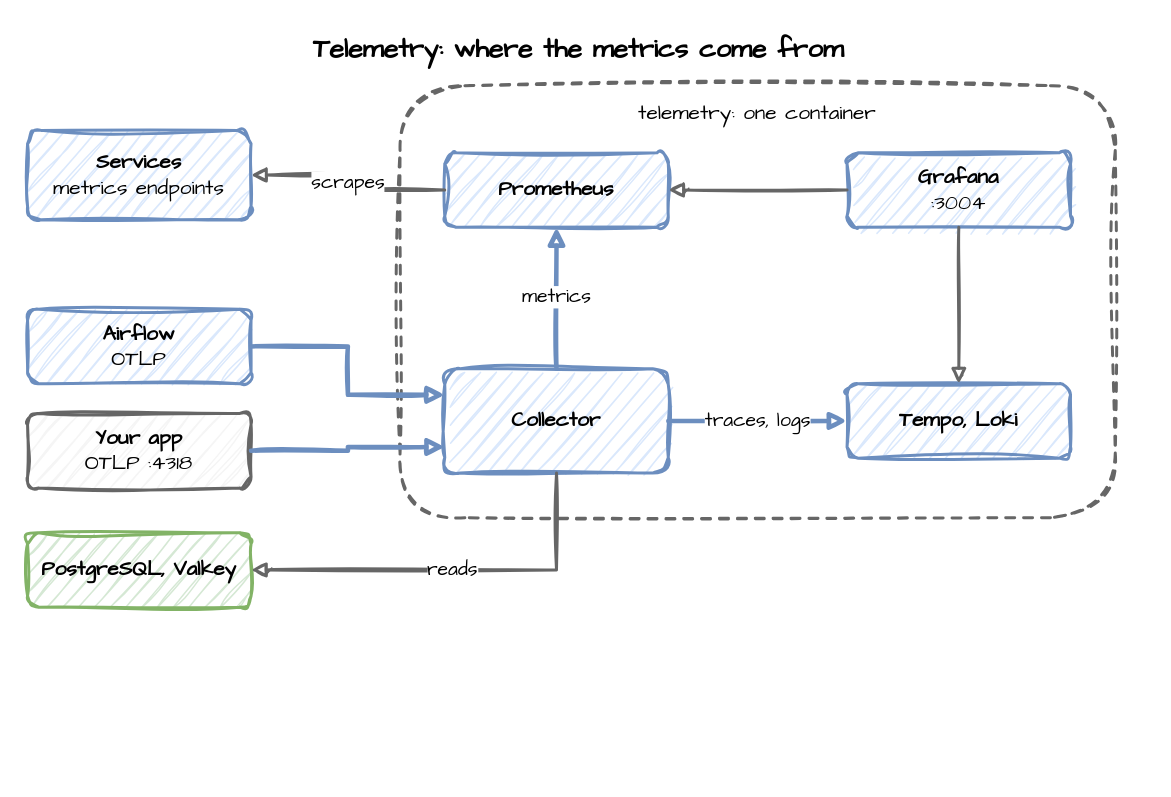
jaehyeon-kim/odctl keeps this draw.io diagram as docs/images/path-telemetry.drawio. Above is the earlier version. Source tidied: cells renumbered, new cells numbered last; positions are measured from the earlier drawing's top-left corner, leaving out a move shared by most shapes. Both pictures are drawn from the tidied source at 149%, with x=0, y=0 at pixel (27, 25).
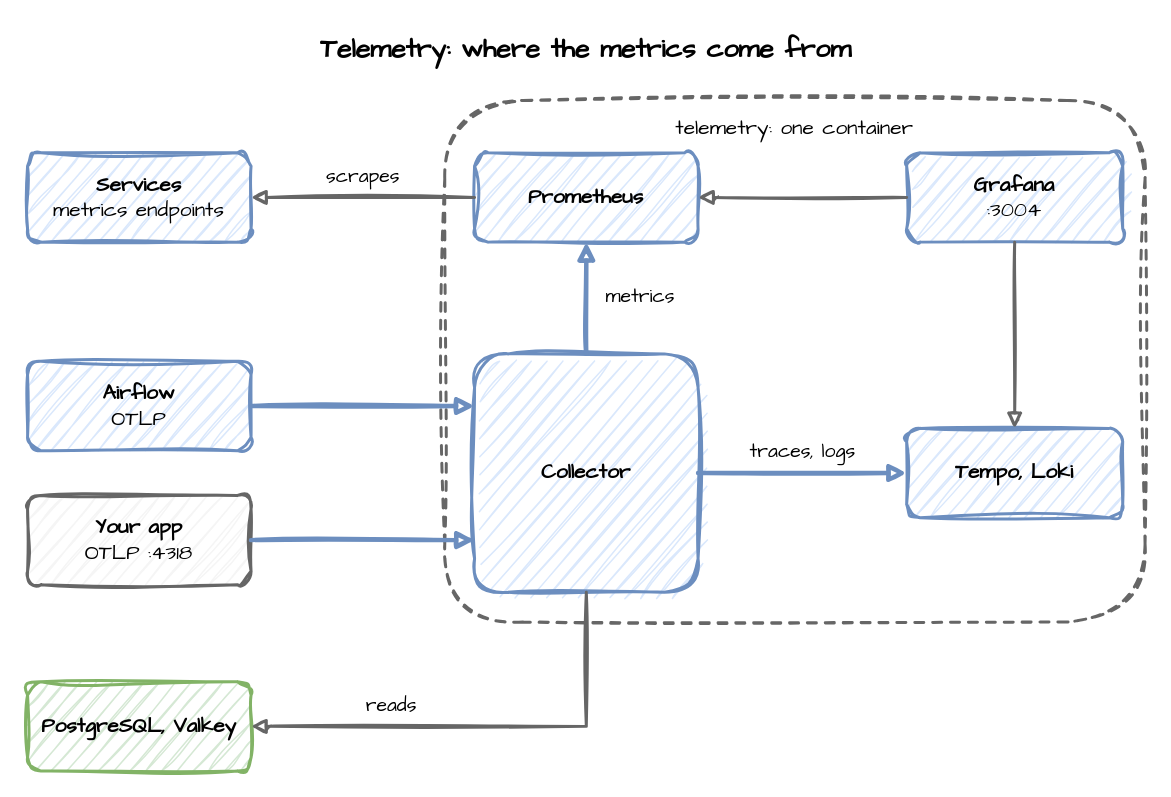
After the change.

The edit, as a diff of the source:
```diff
@@
     <mxCell id="2" value="Telemetry: where the metrics come from" style="text;html=1;align=center;verticalAlign=middle;whiteSpace=wrap;fontFamily=Comic Sans MS;fontSize=18;fontStyle=1;" parent="1" vertex="1">
-      <mxGeometry width="740" height="30" as="geometry" />
+      <mxGeometry width="750" height="30" as="geometry" />
     </mxCell>
     <mxCell id="3" value="&lt;b&gt;Services&lt;/b&gt;&lt;br&gt;metrics endpoints" style="rounded=1;whiteSpace=wrap;html=1;sketch=1;curveFitting=1;jiggle=2;fontFamily=Comic Sans MS;fontSize=14;strokeWidth=2;fillColor=#dae8fc;strokeColor=#6c8ebf;" parent="1" vertex="1">
-      <mxGeometry y="70" width="150" height="60" as="geometry" />
+      <mxGeometry y="85" width="150" height="60" as="geometry" />
     </mxCell>
     <mxCell id="4" value="&lt;b&gt;Airflow&lt;/b&gt;&lt;br&gt;OTLP" style="rounded=1;whiteSpace=wrap;html=1;sketch=1;curveFitting=1;jiggle=2;fontFamily=Comic Sans MS;fontSize=14;strokeWidth=2;fillColor=#dae8fc;strokeColor=#6c8ebf;" parent="1" vertex="1">
-      <mxGeometry y="190" width="150" height="50" as="geometry" />
+      <mxGeometry y="225" width="150" height="60" as="geometry" />
     </mxCell>
     <mxCell id="5" value="&lt;b&gt;Your app&lt;/b&gt;&lt;br&gt;OTLP :4318" style="rounded=1;whiteSpace=wrap;html=1;sketch=1;curveFitting=1;jiggle=2;fontFamily=Comic Sans MS;fontSize=14;strokeWidth=2;fillColor=#f5f5f5;strokeColor=#666666;" parent="1" vertex="1">
-      <mxGeometry y="260" width="150" height="50" as="geometry" />
+      <mxGeometry y="315" width="150" height="60" as="geometry" />
     </mxCell>
     <mxCell id="6" value="&lt;b&gt;PostgreSQL, Valkey&lt;/b&gt;" style="rounded=1;whiteSpace=wrap;html=1;sketch=1;curveFitting=1;jiggle=2;fontFamily=Comic Sans MS;fontSize=14;strokeWidth=2;fillColor=#d5e8d4;strokeColor=#82b366;" parent="1" vertex="1">
-      <mxGeometry y="340" width="150" height="50" as="geometry" />
+      <mxGeometry y="440" width="150" height="60" as="geometry" />
     </mxCell>
     <mxCell id="7" value="telemetry: one container" style="rounded=1;whiteSpace=wrap;html=1;sketch=1;curveFitting=1;jiggle=2;fontFamily=Comic Sans MS;fontSize=14;fillColor=none;strokeColor=#666666;strokeWidth=2;dashed=1;verticalAlign=top;align=center;spacingTop=4;" parent="1" vertex="1">
-      <mxGeometry x="250" y="40" width="480" height="290" as="geometry" />
+      <mxGeometry x="280" y="50" width="470" height="350" as="geometry" />
     </mxCell>
     <mxCell id="8" value="&lt;b&gt;Prometheus&lt;/b&gt;" style="rounded=1;whiteSpace=wrap;html=1;sketch=1;curveFitting=1;jiggle=2;fontFamily=Comic Sans MS;fontSize=14;strokeWidth=2;fillColor=#dae8fc;strokeColor=#6c8ebf;" parent="1" vertex="1">
-      <mxGeometry x="280" y="85" width="150" height="50" as="geometry" />
+      <mxGeometry x="300" y="85" width="150" height="60" as="geometry" />
     </mxCell>
+    <mxCell id="11" value="&lt;b&gt;Grafana&lt;/b&gt;&lt;br&gt;:3004" style="rounded=1;whiteSpace=wrap;html=1;sketch=1;curveFitting=1;jiggle=2;fontFamily=Comic Sans MS;fontSize=14;strokeWidth=2;fillColor=#dae8fc;strokeColor=#6c8ebf;" parent="1" vertex="1">
+      <mxGeometry x="590" y="85" width="145" height="60" as="geometry" />
+    </mxCell>
     <mxCell id="9" value="&lt;b&gt;Collector&lt;/b&gt;" style="rounded=1;whiteSpace=wrap;html=1;sketch=1;curveFitting=1;jiggle=2;fontFamily=Comic Sans MS;fontSize=14;strokeWidth=2;fillColor=#dae8fc;strokeColor=#6c8ebf;" parent="1" vertex="1">
-      <mxGeometry x="280" y="230" width="150" height="70" as="geometry" />
+      <mxGeometry x="300" y="220" width="150" height="160" as="geometry" />
     </mxCell>
     <mxCell id="10" value="&lt;b&gt;Tempo, Loki&lt;/b&gt;" style="rounded=1;whiteSpace=wrap;html=1;sketch=1;curveFitting=1;jiggle=2;fontFamily=Comic Sans MS;fontSize=14;strokeWidth=2;fillColor=#dae8fc;strokeColor=#6c8ebf;" parent="1" vertex="1">
-      <mxGeometry x="550" y="240" width="150" height="50" as="geometry" />
+      <mxGeometry x="590" y="270" width="145" height="60" as="geometry" />
     </mxCell>
-    <mxCell id="11" value="&lt;b&gt;Grafana&lt;/b&gt;&lt;br&gt;:3004" style="rounded=1;whiteSpace=wrap;html=1;sketch=1;curveFitting=1;jiggle=2;fontFamily=Comic Sans MS;fontSize=14;strokeWidth=2;fillColor=#dae8fc;strokeColor=#6c8ebf;" parent="1" vertex="1">
-      <mxGeometry x="550" y="85" width="150" height="50" as="geometry" />
-    </mxCell>
     <mxCell id="12" value="scrapes" style="edgeStyle=orthogonalEdgeStyle;rounded=0;sketch=1;html=1;endArrow=block;fontFamily=Comic Sans MS;fontSize=13;labelBackgroundColor=#ffffff;strokeWidth=2;strokeColor=#666666;exitX=0;exitY=0.5;exitDx=0;exitDy=0;entryX=1;entryY=0.5;entryDx=0;entryDy=0;" parent="1" edge="1" source="8" target="3">
-      <mxGeometry relative="1" as="geometry" />
+      <mxGeometry relative="1" as="geometry">
+        <mxPoint y="-14" as="offset" />
+      </mxGeometry>
     </mxCell>
-    <mxCell id="13" style="edgeStyle=orthogonalEdgeStyle;rounded=0;sketch=1;html=1;endArrow=block;fontFamily=Comic Sans MS;fontSize=13;labelBackgroundColor=#ffffff;strokeWidth=3;strokeColor=#6c8ebf;exitX=1;exitY=0.5;exitDx=0;exitDy=0;entryX=0;entryY=0.25;entryDx=0;entryDy=0;" parent="1" edge="1" source="4" target="9">
+    <mxCell id="13" style="edgeStyle=orthogonalEdgeStyle;rounded=0;sketch=1;html=1;endArrow=block;fontFamily=Comic Sans MS;fontSize=13;labelBackgroundColor=#ffffff;strokeWidth=3;strokeColor=#6c8ebf;exitX=1;exitY=0.5;exitDx=0;exitDy=0;entryX=0;entryY=0.2188;entryDx=0;entryDy=0;" parent="1" edge="1" source="4" target="9">
       <mxGeometry relative="1" as="geometry" />
     </mxCell>
-    <mxCell id="14" style="edgeStyle=orthogonalEdgeStyle;rounded=0;sketch=1;html=1;endArrow=block;fontFamily=Comic Sans MS;fontSize=13;labelBackgroundColor=#ffffff;strokeWidth=3;strokeColor=#6c8ebf;exitX=1;exitY=0.5;exitDx=0;exitDy=0;entryX=0;entryY=0.75;entryDx=0;entryDy=0;" parent="1" edge="1" source="5" target="9">
+    <mxCell id="14" style="edgeStyle=orthogonalEdgeStyle;rounded=0;sketch=1;html=1;endArrow=block;fontFamily=Comic Sans MS;fontSize=13;labelBackgroundColor=#ffffff;strokeWidth=3;strokeColor=#6c8ebf;exitX=1;exitY=0.5;exitDx=0;exitDy=0;entryX=0;entryY=0.7813;entryDx=0;entryDy=0;" parent="1" edge="1" source="5" target="9">
       <mxGeometry relative="1" as="geometry" />
     </mxCell>
     <mxCell id="15" value="reads" style="edgeStyle=orthogonalEdgeStyle;rounded=0;sketch=1;html=1;endArrow=block;fontFamily=Comic Sans MS;fontSize=13;labelBackgroundColor=#ffffff;strokeWidth=2;strokeColor=#666666;exitX=0.5;exitY=1;exitDx=0;exitDy=0;entryX=1;entryY=0.5;entryDx=0;entryDy=0;" parent="1" edge="1" source="9" target="6">
-      <mxGeometry relative="1" as="geometry" />
+      <mxGeometry x="0.4" relative="1" as="geometry">
+        <mxPoint y="-14" as="offset" />
+      </mxGeometry>
     </mxCell>
     <mxCell id="16" value="metrics" style="edgeStyle=orthogonalEdgeStyle;rounded=0;sketch=1;html=1;endArrow=block;fontFamily=Comic Sans MS;fontSize=13;labelBackgroundColor=#ffffff;strokeWidth=3;strokeColor=#6c8ebf;" parent="1" edge="1" source="9" target="8">
-      <mxGeometry relative="1" as="geometry" />
+      <mxGeometry relative="1" as="geometry">
+        <mxPoint x="36" as="offset" />
+      </mxGeometry>
     </mxCell>
     <mxCell id="17" value="traces, logs" style="edgeStyle=orthogonalEdgeStyle;rounded=0;sketch=1;html=1;endArrow=block;fontFamily=Comic Sans MS;fontSize=13;labelBackgroundColor=#ffffff;strokeWidth=3;strokeColor=#6c8ebf;" parent="1" edge="1" source="9" target="10">
-      <mxGeometry relative="1" as="geometry" />
+      <mxGeometry relative="1" as="geometry">
+        <mxPoint y="-14" as="offset" />
+      </mxGeometry>
     </mxCell>
```
